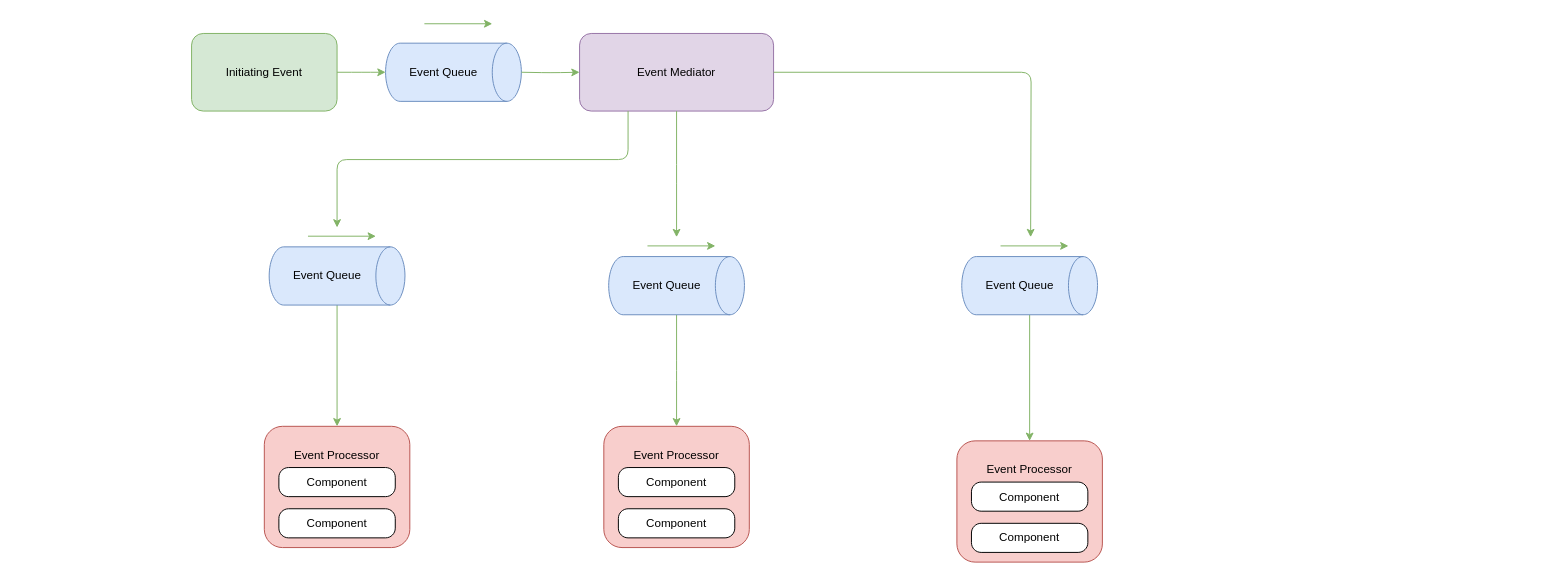
zft666zft/ESA-Assignment keeps this draw.io diagram as page "Event-Driven Architecture" (1 of 2) of Event-Driven Architecture.drawio. Above is the earlier version. Source tidied: cells renumbered, new cells numbered last; positions are measured from the earlier drawing's top-left corner, leaving out a move shared by most shapes. Both pictures are drawn from the tidied source at 97%, with x=0, y=0 at pixel (191, 4).
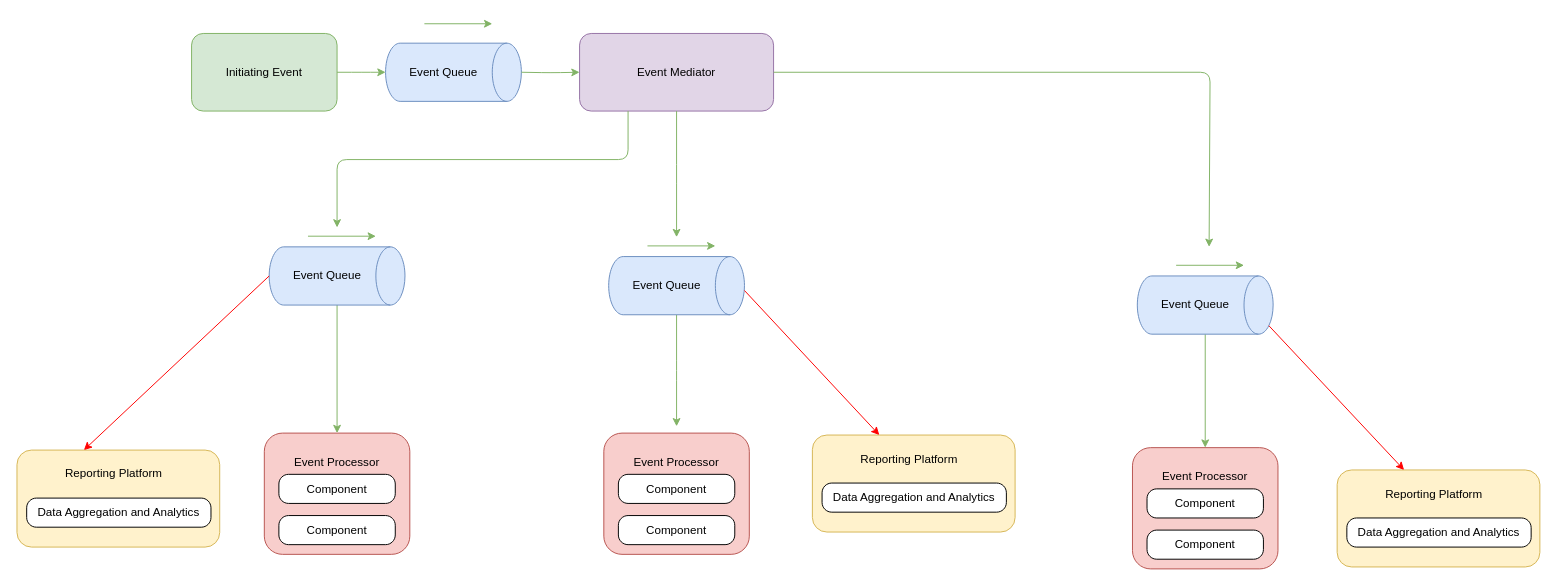
The same diagram, later.

The change refers to these unchanged cells:
```xml
<mxCell id="5" value="Event Mediator" style="rounded=1;whiteSpace=wrap;html=1;fillColor=#e1d5e7;strokeColor=#9673a6;" parent="1" vertex="1">
  <mxGeometry x="400" y="30" width="200" height="80" as="geometry" />
</mxCell>
<mxCell id="16" style="shape=cylinder3;whiteSpace=wrap;html=1;boundedLbl=1;backgroundOutline=1;size=15;rotation=90;fillColor=#dae8fc;strokeColor=#6c8ebf;" parent="1" vertex="1">
  <mxGeometry x="120" y="210" width="60" height="140" as="geometry" />
</mxCell>
```

Change to the diagram source:
```diff
@@
     <mxCell id="6" style="rounded=1;whiteSpace=wrap;html=1;fillColor=#f8cecc;strokeColor=#b85450;" parent="1" vertex="1">
-      <mxGeometry x="75" y="435" width="150" height="125" as="geometry" />
+      <mxGeometry x="75" y="442" width="150" height="125" as="geometry" />
     </mxCell>
@@
-    <mxCell id="11" style="edgeStyle=orthogonalEdgeStyle;rounded=1;strokeColor=#82b366;" parent="1" edge="1" source="5">
+    <mxCell id="11" style="edgeStyle=orthogonalEdgeStyle;rounded=1;strokeColor=#82b366;exitX=1;exitY=0.5;exitDx=0;exitDy=0;" parent="1" edge="1" source="5">
       <mxGeometry relative="1" as="geometry">
-        <mxPoint x="865" y="240" as="targetPoint" />
+        <mxPoint x="1049" y="250" as="targetPoint" />
+        <Array as="points">
+          <mxPoint x="1050" y="70" />
+        </Array>
       </mxGeometry>
     </mxCell>
@@
     <mxCell id="22" style="shape=cylinder3;whiteSpace=wrap;html=1;boundedLbl=1;backgroundOutline=1;size=15;rotation=90;fillColor=#dae8fc;strokeColor=#6c8ebf;" parent="1" vertex="1">
-      <mxGeometry x="834" y="220" width="60" height="140" as="geometry" />
+      <mxGeometry x="1015" y="240" width="60" height="140" as="geometry" />
     </mxCell>
     <mxCell id="23" value="Event Queue" style="text;html=1;align=center;verticalAlign=middle;whiteSpace=wrap;rounded=0;" parent="1" vertex="1">
-      <mxGeometry x="814" y="275" width="80" height="30" as="geometry" />
+      <mxGeometry x="995" y="295" width="80" height="30" as="geometry" />
     </mxCell>
     <mxCell id="24" style="edgeStyle=orthogonalEdgeStyle;rounded=1;strokeColor=#82b366;" parent="1" edge="1">
       <mxGeometry relative="1" as="geometry">
-        <mxPoint x="834" y="249" as="sourcePoint" />
-        <mxPoint x="904" y="249" as="targetPoint" />
+        <mxPoint x="1015" y="269" as="sourcePoint" />
+        <mxPoint x="1085" y="269" as="targetPoint" />
       </mxGeometry>
     </mxCell>
     <mxCell id="25" style="shape=mxgraph.bpmn.task;whiteSpace=wrap;rectStyle=rounded;size=10;html=1;taskMarker=abstract;" parent="1" vertex="1">
-      <mxGeometry x="90" y="477.5" width="120" height="30" as="geometry" />
+      <mxGeometry x="90" y="484.5" width="120" height="30" as="geometry" />
     </mxCell>
@@
     <mxCell id="27" value="Event Processor" style="text;html=1;align=center;verticalAlign=middle;whiteSpace=wrap;rounded=0;" parent="1" vertex="1">
-      <mxGeometry x="100" y="450" width="100" height="30" as="geometry" />
+      <mxGeometry x="100" y="457" width="100" height="30" as="geometry" />
     </mxCell>
     <mxCell id="28" style="shape=mxgraph.bpmn.task;whiteSpace=wrap;rectStyle=rounded;size=10;html=1;taskMarker=abstract;" parent="1" vertex="1">
-      <mxGeometry x="90" y="520" width="120" height="30" as="geometry" />
+      <mxGeometry x="90" y="527" width="120" height="30" as="geometry" />
     </mxCell>
@@
     <mxCell id="30" style="rounded=1;whiteSpace=wrap;html=1;fillColor=#f8cecc;strokeColor=#b85450;" parent="1" vertex="1">
-      <mxGeometry x="425" y="435" width="150" height="125" as="geometry" />
+      <mxGeometry x="425" y="442" width="150" height="125" as="geometry" />
     </mxCell>
     <mxCell id="31" style="shape=mxgraph.bpmn.task;whiteSpace=wrap;rectStyle=rounded;size=10;html=1;taskMarker=abstract;" parent="1" vertex="1">
-      <mxGeometry x="440" y="477.5" width="120" height="30" as="geometry" />
+      <mxGeometry x="440" y="484.5" width="120" height="30" as="geometry" />
     </mxCell>
@@
     <mxCell id="33" value="Event Processor" style="text;html=1;align=center;verticalAlign=middle;whiteSpace=wrap;rounded=0;" parent="1" vertex="1">
-      <mxGeometry x="450" y="450" width="100" height="30" as="geometry" />
+      <mxGeometry x="450" y="457" width="100" height="30" as="geometry" />
     </mxCell>
     <mxCell id="34" style="shape=mxgraph.bpmn.task;whiteSpace=wrap;rectStyle=rounded;size=10;html=1;taskMarker=abstract;" parent="1" vertex="1">
-      <mxGeometry x="440" y="520" width="120" height="30" as="geometry" />
+      <mxGeometry x="440" y="527" width="120" height="30" as="geometry" />
     </mxCell>
@@
     <mxCell id="36" style="rounded=1;whiteSpace=wrap;html=1;fillColor=#f8cecc;strokeColor=#b85450;" parent="1" vertex="1">
-      <mxGeometry x="789" y="450" width="150" height="125" as="geometry" />
+      <mxGeometry x="970" y="457" width="150" height="125" as="geometry" />
     </mxCell>
     <mxCell id="37" style="shape=mxgraph.bpmn.task;whiteSpace=wrap;rectStyle=rounded;size=10;html=1;taskMarker=abstract;" parent="1" vertex="1">
-      <mxGeometry x="804" y="492.5" width="120" height="30" as="geometry" />
+      <mxGeometry x="985" y="499.5" width="120" height="30" as="geometry" />
     </mxCell>
@@
     <mxCell id="39" value="Event Processor" style="text;html=1;align=center;verticalAlign=middle;whiteSpace=wrap;rounded=0;" parent="1" vertex="1">
-      <mxGeometry x="814" y="465" width="100" height="30" as="geometry" />
+      <mxGeometry x="995" y="472" width="100" height="30" as="geometry" />
     </mxCell>
     <mxCell id="40" style="shape=mxgraph.bpmn.task;whiteSpace=wrap;rectStyle=rounded;size=10;html=1;taskMarker=abstract;" parent="1" vertex="1">
-      <mxGeometry x="804" y="535" width="120" height="30" as="geometry" />
+      <mxGeometry x="985" y="542" width="120" height="30" as="geometry" />
     </mxCell>
@@
+    <mxCell id="42" style="rounded=1;whiteSpace=wrap;html=1;fillColor=#fff2cc;strokeColor=#d6b656;" parent="1" vertex="1">
+      <mxGeometry x="1181" y="480" width="209" height="100" as="geometry" />
+    </mxCell>
+    <mxCell id="43" value="Reporting Platform" style="text;html=1;align=center;verticalAlign=middle;whiteSpace=wrap;rounded=0;" parent="1" vertex="1">
+      <mxGeometry x="1226" y="489.5" width="110" height="30" as="geometry" />
+    </mxCell>
+    <mxCell id="44" style="endArrow=classic;html=1;rounded=0;strokeColor=#FF0000;exitX=0.855;exitY=0;exitDx=0;exitDy=4.35;exitPerimeter=0;" parent="1" edge="1" source="22">
+      <mxGeometry relative="1" as="geometry">
+        <mxPoint x="1250" y="480" as="targetPoint" />
+      </mxGeometry>
+    </mxCell>
+    <mxCell id="45" style="shape=mxgraph.bpmn.task;whiteSpace=wrap;rectStyle=rounded;size=10;html=1;taskMarker=abstract;" parent="1" vertex="1">
+      <mxGeometry x="1191" y="529.5" width="190" height="30" as="geometry" />
+    </mxCell>
+    <mxCell id="46" value="Data Aggregation and Analytics" style="text;html=1;align=center;verticalAlign=middle;whiteSpace=wrap;rounded=0;" parent="1" vertex="1">
+      <mxGeometry x="1181" y="529.5" width="210" height="30" as="geometry" />
+    </mxCell>
+    <mxCell id="47" style="rounded=1;whiteSpace=wrap;html=1;fillColor=#fff2cc;strokeColor=#d6b656;" parent="1" vertex="1">
+      <mxGeometry x="640" y="444" width="209" height="100" as="geometry" />
+    </mxCell>
+    <mxCell id="48" value="Reporting Platform" style="text;html=1;align=center;verticalAlign=middle;whiteSpace=wrap;rounded=0;" parent="1" vertex="1">
+      <mxGeometry x="685" y="453.5" width="110" height="30" as="geometry" />
+    </mxCell>
+    <mxCell id="49" style="endArrow=classic;html=1;rounded=0;strokeColor=#FF0000;exitX=0.855;exitY=0;exitDx=0;exitDy=4.35;exitPerimeter=0;" parent="1" edge="1">
+      <mxGeometry relative="1" as="geometry">
+        <mxPoint x="570" y="295" as="sourcePoint" />
+        <mxPoint x="709" y="444" as="targetPoint" />
+      </mxGeometry>
+    </mxCell>
+    <mxCell id="50" style="shape=mxgraph.bpmn.task;whiteSpace=wrap;rectStyle=rounded;size=10;html=1;taskMarker=abstract;" parent="1" vertex="1">
+      <mxGeometry x="650" y="493.5" width="190" height="30" as="geometry" />
+    </mxCell>
+    <mxCell id="51" value="Data Aggregation and Analytics" style="text;html=1;align=center;verticalAlign=middle;whiteSpace=wrap;rounded=0;" parent="1" vertex="1">
+      <mxGeometry x="640" y="493.5" width="210" height="30" as="geometry" />
+    </mxCell>
+    <mxCell id="52" style="rounded=1;whiteSpace=wrap;html=1;fillColor=#fff2cc;strokeColor=#d6b656;" parent="1" vertex="1">
+      <mxGeometry x="-180" y="459.5" width="209" height="100" as="geometry" />
+    </mxCell>
+    <mxCell id="53" value="Reporting Platform" style="text;html=1;align=center;verticalAlign=middle;whiteSpace=wrap;rounded=0;" parent="1" vertex="1">
+      <mxGeometry x="-135" y="469" width="110" height="30" as="geometry" />
+    </mxCell>
+    <mxCell id="54" style="endArrow=classic;html=1;rounded=0;strokeColor=#FF0000;exitX=0.5;exitY=1;exitDx=0;exitDy=0;exitPerimeter=0;" parent="1" edge="1" source="16">
+      <mxGeometry relative="1" as="geometry">
+        <mxPoint x="-111" y="459.5" as="targetPoint" />
+      </mxGeometry>
+    </mxCell>
+    <mxCell id="55" style="shape=mxgraph.bpmn.task;whiteSpace=wrap;rectStyle=rounded;size=10;html=1;taskMarker=abstract;" parent="1" vertex="1">
+      <mxGeometry x="-170" y="509" width="190" height="30" as="geometry" />
+    </mxCell>
+    <mxCell id="56" value="Data Aggregation and Analytics" style="text;html=1;align=center;verticalAlign=middle;whiteSpace=wrap;rounded=0;" parent="1" vertex="1">
+      <mxGeometry x="-180" y="509" width="210" height="30" as="geometry" />
+    </mxCell>
```
